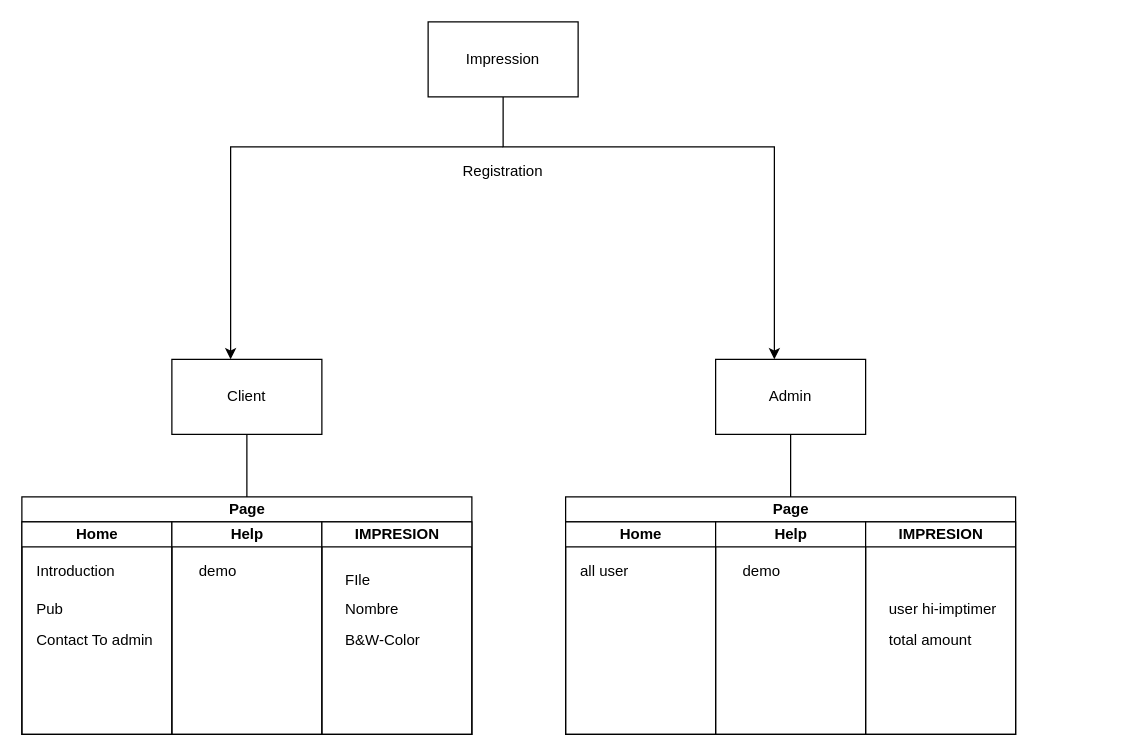
beva3/simple_programing keeps this draw.io diagram as page "Page-2" (2 of 3) of impression/design.drawio. Above is the earlier version. Source tidied: cells renumbered, new cells numbered last; positions are measured from the earlier drawing's top-left corner, leaving out a move shared by most shapes. Both pictures are drawn from the tidied source at 125%, with x=0, y=0 at pixel (21, 21).
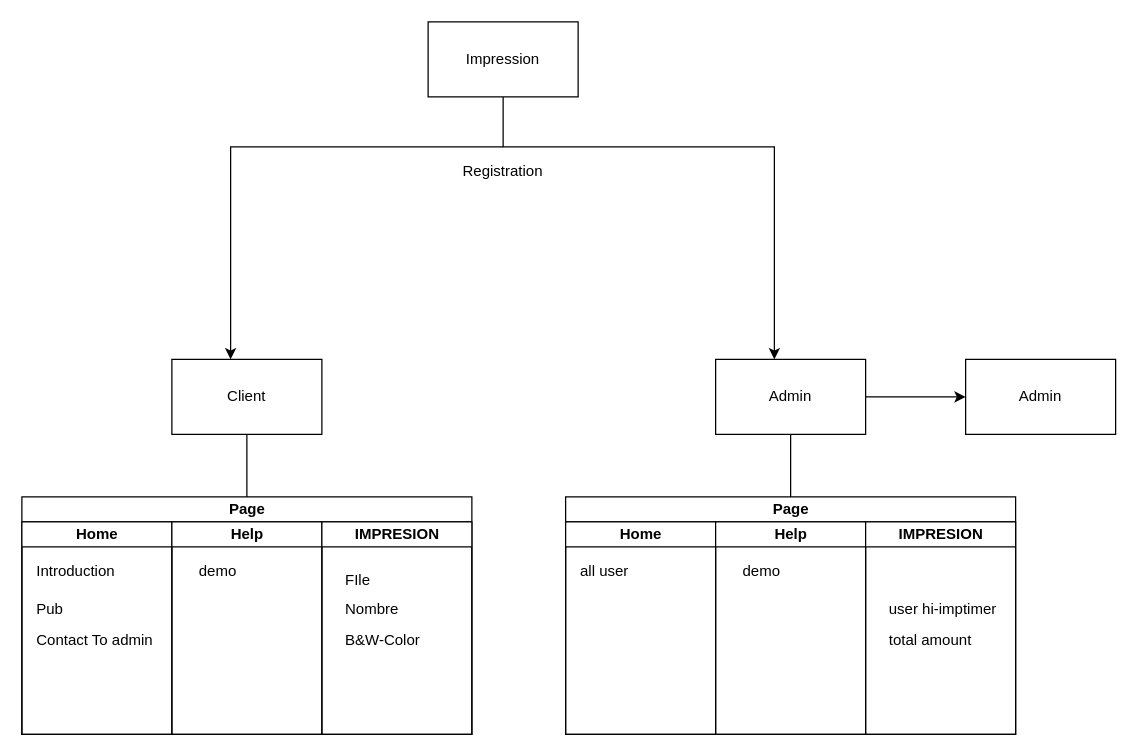
After the change.

The change refers to these unchanged cells:
```xml
<mxCell id="6" value="Admin" style="rounded=0;whiteSpace=wrap;html=1;" parent="1" vertex="1">
  <mxGeometry x="555" y="270" width="120" height="60" as="geometry" />
</mxCell>
```

The edit, as a diff of the source:
```diff
@@
+    <mxCell id="29" style="edgeStyle=orthogonalEdgeStyle;rounded=0;jettySize=auto;html=1;" parent="1" edge="1" source="6" target="30">
+      <mxGeometry relative="1" as="geometry" />
+    </mxCell>
@@
+    <mxCell id="30" value="Admin" style="rounded=0;whiteSpace=wrap;html=1;" parent="1" vertex="1">
+      <mxGeometry x="755" y="270" width="120" height="60" as="geometry" />
+    </mxCell>
```
